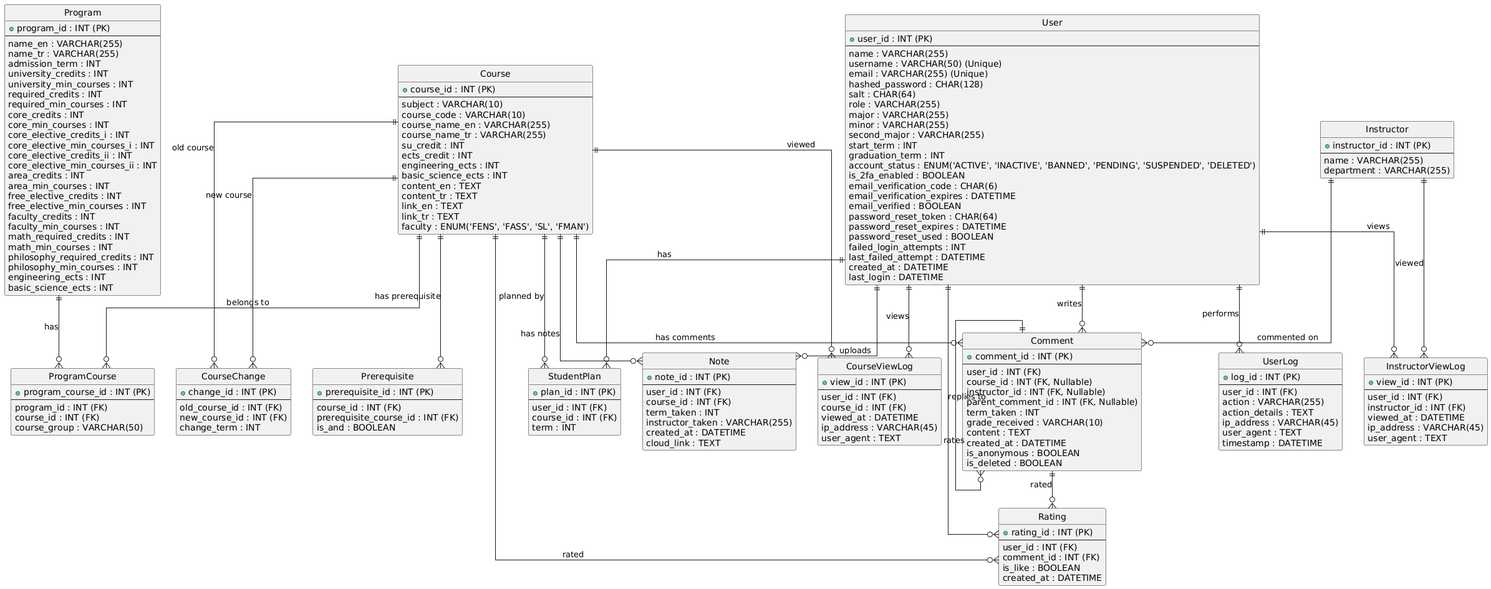
The PlantUML diagram tavSUye/develop/ER.png in erdemozcann/tavSUye, before a commit. Its diagram source:
```plantuml
@startuml
hide circle
skinparam linetype ortho

entity User {
    + user_id : INT (PK)
    --
    name : VARCHAR(255)
    username : VARCHAR(50) (Unique)
    email : VARCHAR(255) (Unique)
    hashed_password : CHAR(128)
    salt : CHAR(64)
    role : VARCHAR(255)
    major : VARCHAR(255)
    minor : VARCHAR(255)
    second_major : VARCHAR(255)
    start_term : INT
    graduation_term : INT
    account_status : ENUM('ACTIVE', 'INACTIVE', 'BANNED', 'PENDING', 'SUSPENDED', 'DELETED')
    is_2fa_enabled : BOOLEAN
    email_verification_code : CHAR(6)
    email_verification_expires : DATETIME
    email_verified : BOOLEAN
    password_reset_token : CHAR(64)
    password_reset_expires : DATETIME
    password_reset_used : BOOLEAN
    failed_login_attempts : INT
    last_failed_attempt : DATETIME
    created_at : DATETIME
    last_login : DATETIME
}

entity Program {
    + program_id : INT (PK)
    --
    name_en : VARCHAR(255)
    name_tr : VARCHAR(255)
    admission_term : INT
    university_credits : INT
    university_min_courses : INT
    required_credits : INT
    required_min_courses : INT
    core_credits : INT
    core_min_courses : INT
    core_elective_credits_i : INT
    core_elective_min_courses_i : INT
    core_elective_credits_ii : INT
    core_elective_min_courses_ii : INT
    area_credits : INT
    area_min_courses : INT
    free_elective_credits : INT
    free_elective_min_courses : INT
    faculty_credits : INT
    faculty_min_courses : INT
    math_required_credits : INT
    math_min_courses : INT
    philosophy_required_credits : INT
    philosophy_min_courses : INT
    engineering_ects : INT
    basic_science_ects : INT
}

entity Course {
    + course_id : INT (PK)
    --
    subject : VARCHAR(10)
    course_code : VARCHAR(10)
    course_name_en : VARCHAR(255)
    course_name_tr : VARCHAR(255)
    su_credit : INT
    ects_credit : INT
    engineering_ects : INT
    basic_science_ects : INT
    content_en : TEXT
    content_tr : TEXT
    link_en : TEXT
    link_tr : TEXT
    faculty : ENUM('FENS', 'FASS', 'SL', 'FMAN')
}

entity Instructor {
    + instructor_id : INT (PK)
    --
    name : VARCHAR(255)
    department : VARCHAR(255)
}

entity Prerequisite {
    + prerequisite_id : INT (PK)
    --
    course_id : INT (FK)
    prerequisite_course_id : INT (FK)
    is_and : BOOLEAN
}

entity ProgramCourse {
    + program_course_id : INT (PK)
    --
    program_id : INT (FK)
    course_id : INT (FK)
    course_group : VARCHAR(50)
}

entity StudentPlan {
    + plan_id : INT (PK)
    --
    user_id : INT (FK)
    course_id : INT (FK)
    term : INT
}

entity Comment {
    + comment_id : INT (PK)
    --
    user_id : INT (FK)
    course_id : INT (FK, Nullable)
    instructor_id : INT (FK, Nullable)
    parent_comment_id : INT (FK, Nullable)
    term_taken : INT
    grade_received : VARCHAR(10)
    content : TEXT
    created_at : DATETIME
    is_anonymous : BOOLEAN
    is_deleted : BOOLEAN
}

entity Rating {
    + rating_id : INT (PK)
    --
    user_id : INT (FK)
    comment_id : INT (FK)
    is_like : BOOLEAN
    created_at : DATETIME
}

entity Note {
    + note_id : INT (PK)
    --
    user_id : INT (FK)
    course_id : INT (FK)
    term_taken : INT
    instructor_taken : VARCHAR(255)
    created_at : DATETIME
    cloud_link : TEXT
}

entity CourseChange {
    + change_id : INT (PK)
    --
    old_course_id : INT (FK)
    new_course_id : INT (FK)
    change_term : INT
}

entity UserLog {
    + log_id : INT (PK)
    --
    user_id : INT (FK)
    action : VARCHAR(255)
    action_details : TEXT
    ip_address : VARCHAR(45)
    user_agent : TEXT
    timestamp : DATETIME
}

entity CourseViewLog {
    + view_id : INT (PK)
    --
    user_id : INT (FK)
    course_id : INT (FK)
    viewed_at : DATETIME
    ip_address : VARCHAR(45)
    user_agent : TEXT
}

entity InstructorViewLog {
    + view_id : INT (PK)
    --
    user_id : INT (FK)
    instructor_id : INT (FK)
    viewed_at : DATETIME
    ip_address : VARCHAR(45)
    user_agent : TEXT
}

User ||--o{ StudentPlan : has
User ||--o{ Comment : writes
User ||--o{ Rating : rates
User ||--o{ Note : uploads
User ||--o{ UserLog : performs
User ||--o{ CourseViewLog : views
User ||--o{ InstructorViewLog : views

Program ||--o{ ProgramCourse : has
Course ||--o{ ProgramCourse : belongs to
Course ||--o{ Prerequisite : has prerequisite
Course ||--o{ CourseChange : old course
Course ||--o{ CourseChange : new course

Course ||--o{ StudentPlan : planned by
Course ||--o{ Comment : has comments
Course ||--o{ Rating : rated
Course ||--o{ Note : has notes
Course ||--o{ CourseViewLog : viewed

Instructor ||--o{ Comment : commented on
Instructor ||--o{ InstructorViewLog : viewed

Comment ||--o{ Comment : replies to
Comment ||--o{ Rating : rated
@enduml
```
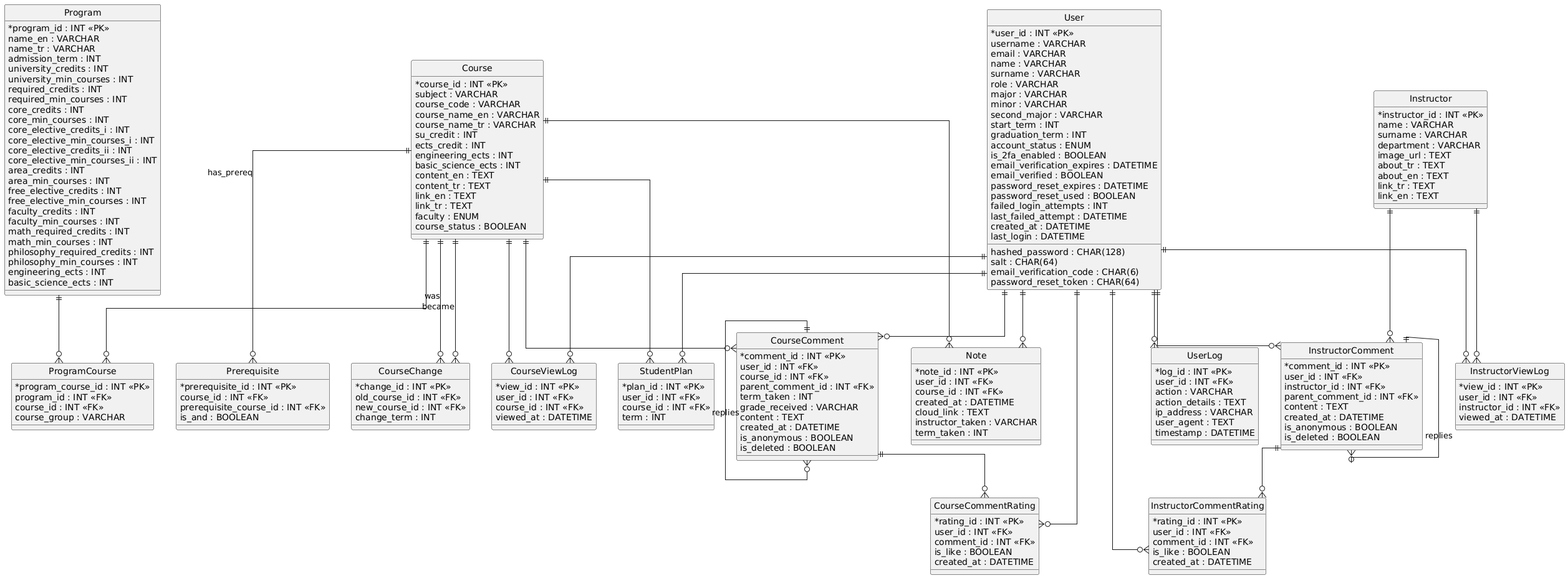
The same diagram one commit later.

What changed in the source:
```diff
@@ -1,211 +1,224 @@
 @startuml
 hide circle
 skinparam linetype ortho
+skinparam classAttributeIconSize 0
 
 entity User {
-    + user_id : INT (PK)
-    --
-    name : VARCHAR(255)
-    username : VARCHAR(50) (Unique)
-    email : VARCHAR(255) (Unique)
-    hashed_password : CHAR(128)
-    salt : CHAR(64)
-    role : VARCHAR(255)
-    major : VARCHAR(255)
-    minor : VARCHAR(255)
-    second_major : VARCHAR(255)
-    start_term : INT
-    graduation_term : INT
-    account_status : ENUM('ACTIVE', 'INACTIVE', 'BANNED', 'PENDING', 'SUSPENDED', 'DELETED')
-    is_2fa_enabled : BOOLEAN
-    email_verification_code : CHAR(6)
-    email_verification_expires : DATETIME
-    email_verified : BOOLEAN
-    password_reset_token : CHAR(64)
-    password_reset_expires : DATETIME
-    password_reset_used : BOOLEAN
-    failed_login_attempts : INT
-    last_failed_attempt : DATETIME
-    created_at : DATETIME
-    last_login : DATETIME
+  *user_id : INT <<PK>>
+  username : VARCHAR
+  email : VARCHAR
+  name : VARCHAR
+  surname : VARCHAR
+  hashed_password : CHAR(128)
+  salt : CHAR(64)
+  role : VARCHAR
+  major : VARCHAR
+  minor : VARCHAR
+  second_major : VARCHAR
+  start_term : INT
+  graduation_term : INT
+  account_status : ENUM
+  is_2fa_enabled : BOOLEAN
+  email_verification_code : CHAR(6)
+  email_verification_expires : DATETIME
+  email_verified : BOOLEAN
+  password_reset_token : CHAR(64)
+  password_reset_expires : DATETIME
+  password_reset_used : BOOLEAN
+  failed_login_attempts : INT
+  last_failed_attempt : DATETIME
+  created_at : DATETIME
+  last_login : DATETIME
+}
+
+entity Course {
+  *course_id : INT <<PK>>
+  subject : VARCHAR
+  course_code : VARCHAR
+  course_name_en : VARCHAR
+  course_name_tr : VARCHAR
+  su_credit : INT
+  ects_credit : INT
+  engineering_ects : INT
+  basic_science_ects : INT
+  content_en : TEXT
+  content_tr : TEXT
+  link_en : TEXT
+  link_tr : TEXT
+  faculty : ENUM
+  course_status : BOOLEAN
+}
+
+entity CourseComment {
+  *comment_id : INT <<PK>>
+  user_id : INT <<FK>>
+  course_id : INT <<FK>>
+  parent_comment_id : INT <<FK>>
+  term_taken : INT
+  grade_received : VARCHAR
+  content : TEXT
+  created_at : DATETIME
+  is_anonymous : BOOLEAN
+  is_deleted : BOOLEAN
+}
+
+entity CourseCommentRating {
+  *rating_id : INT <<PK>>
+  user_id : INT <<FK>>
+  comment_id : INT <<FK>>
+  is_like : BOOLEAN
+  created_at : DATETIME
+}
+
+entity Note {
+  *note_id : INT <<PK>>
+  user_id : INT <<FK>>
+  course_id : INT <<FK>>
+  created_at : DATETIME
+  cloud_link : TEXT
+  instructor_taken : VARCHAR
+  term_taken : INT
+}
+
+entity CourseViewLog {
+  *view_id : INT <<PK>>
+  user_id : INT <<FK>>
+  course_id : INT <<FK>>
+  viewed_at : DATETIME
+}
+
+entity Instructor {
+  *instructor_id : INT <<PK>>
+  name : VARCHAR
+  surname : VARCHAR
+  department : VARCHAR
+  image_url : TEXT
+  about_tr : TEXT
+  about_en : TEXT
+  link_tr : TEXT
+  link_en : TEXT
+}
+
+entity InstructorComment {
+  *comment_id : INT <<PK>>
+  user_id : INT <<FK>>
+  instructor_id : INT <<FK>>
+  parent_comment_id : INT <<FK>>
+  content : TEXT
+  created_at : DATETIME
+  is_anonymous : BOOLEAN
+  is_deleted : BOOLEAN
+}
+
+entity InstructorCommentRating {
+  *rating_id : INT <<PK>>
+  user_id : INT <<FK>>
+  comment_id : INT <<FK>>
+  is_like : BOOLEAN
+  created_at : DATETIME
+}
+
+entity InstructorViewLog {
+  *view_id : INT <<PK>>
+  user_id : INT <<FK>>
+  instructor_id : INT <<FK>>
+  viewed_at : DATETIME
+}
+
+entity UserLog {
+  *log_id : INT <<PK>>
+  user_id : INT <<FK>>
+  action : VARCHAR
+  action_details : TEXT
+  ip_address : VARCHAR
+  user_agent : TEXT
+  timestamp : DATETIME
 }
 
 entity Program {
-    + program_id : INT (PK)
-    --
-    name_en : VARCHAR(255)
-    name_tr : VARCHAR(255)
-    admission_term : INT
-    university_credits : INT
-    university_min_courses : INT
-    required_credits : INT
-    required_min_courses : INT
-    core_credits : INT
-    core_min_courses : INT
-    core_elective_credits_i : INT
-    core_elective_min_courses_i : INT
-    core_elective_credits_ii : INT
-    core_elective_min_courses_ii : INT
-    area_credits : INT
-    area_min_courses : INT
-    free_elective_credits : INT
-    free_elective_min_courses : INT
-    faculty_credits : INT
-    faculty_min_courses : INT
-    math_required_credits : INT
-    math_min_courses : INT
-    philosophy_required_credits : INT
-    philosophy_min_courses : INT
-    engineering_ects : INT
-    basic_science_ects : INT
+  *program_id : INT <<PK>>
+  name_en : VARCHAR
+  name_tr : VARCHAR
+  admission_term : INT
+  university_credits : INT
+  university_min_courses : INT
+  required_credits : INT
+  required_min_courses : INT
+  core_credits : INT
+  core_min_courses : INT
+  core_elective_credits_i : INT
+  core_elective_min_courses_i : INT
+  core_elective_credits_ii : INT
+  core_elective_min_courses_ii : INT
+  area_credits : INT
+  area_min_courses : INT
+  free_elective_credits : INT
+  free_elective_min_courses : INT
+  faculty_credits : INT
+  faculty_min_courses : INT
+  math_required_credits : INT
+  math_min_courses : INT
+  philosophy_required_credits : INT
+  philosophy_min_courses : INT
+  engineering_ects : INT
+  basic_science_ects : INT
 }
 
-entity Course {
-    + course_id : INT (PK)
-    --
-    subject : VARCHAR(10)
-    course_code : VARCHAR(10)
-    course_name_en : VARCHAR(255)
-    course_name_tr : VARCHAR(255)
-    su_credit : INT
-    ects_credit : INT
-    engineering_ects : INT
-    basic_science_ects : INT
-    content_en : TEXT
-    content_tr : TEXT
-    link_en : TEXT
-    link_tr : TEXT
-    faculty : ENUM('FENS', 'FASS', 'SL', 'FMAN')
-}
-
-entity Instructor {
-    + instructor_id : INT (PK)
-    --
-    name : VARCHAR(255)
-    department : VARCHAR(255)
+entity ProgramCourse {
+  *program_course_id : INT <<PK>>
+  program_id : INT <<FK>>
+  course_id : INT <<FK>>
+  course_group : VARCHAR
 }
 
 entity Prerequisite {
-    + prerequisite_id : INT (PK)
-    --
-    course_id : INT (FK)
-    prerequisite_course_id : INT (FK)
-    is_and : BOOLEAN
-}
-
-entity ProgramCourse {
-    + program_course_id : INT (PK)
-    --
-    program_id : INT (FK)
-    course_id : INT (FK)
-    course_group : VARCHAR(50)
+  *prerequisite_id : INT <<PK>>
+  course_id : INT <<FK>>
+  prerequisite_course_id : INT <<FK>>
+  is_and : BOOLEAN
 }
 
 entity StudentPlan {
-    + plan_id : INT (PK)
-    --
-    user_id : INT (FK)
-    course_id : INT (FK)
-    term : INT
-}
-
-entity Comment {
-    + comment_id : INT (PK)
-    --
-    user_id : INT (FK)
-    course_id : INT (FK, Nullable)
-    instructor_id : INT (FK, Nullable)
-    parent_comment_id : INT (FK, Nullable)
-    term_taken : INT
-    grade_received : VARCHAR(10)
-    content : TEXT
-    created_at : DATETIME
-    is_anonymous : BOOLEAN
-    is_deleted : BOOLEAN
-}
-
-entity Rating {
-    + rating_id : INT (PK)
-    --
-    user_id : INT (FK)
-    comment_id : INT (FK)
-    is_like : BOOLEAN
-    created_at : DATETIME
-}
-
-entity Note {
-    + note_id : INT (PK)
-    --
-    user_id : INT (FK)
-    course_id : INT (FK)
-    term_taken : INT
-    instructor_taken : VARCHAR(255)
-    created_at : DATETIME
-    cloud_link : TEXT
+  *plan_id : INT <<PK>>
+  user_id : INT <<FK>>
+  course_id : INT <<FK>>
+  term : INT
 }
 
 entity CourseChange {
-    + change_id : INT (PK)
-    --
-    old_course_id : INT (FK)
-    new_course_id : INT (FK)
-    change_term : INT
+  *change_id : INT <<PK>>
+  old_course_id : INT <<FK>>
+  new_course_id : INT <<FK>>
+  change_term : INT
 }
 
-entity UserLog {
-    + log_id : INT (PK)
-    --
-    user_id : INT (FK)
-    action : VARCHAR(255)
-    action_details : TEXT
-    ip_address : VARCHAR(45)
-    user_agent : TEXT
-    timestamp : DATETIME
-}
+User ||--o{ CourseComment
+User ||--o{ CourseCommentRating
+User ||--o{ Note
+User ||--o{ CourseViewLog
+User ||--o{ InstructorComment
+User ||--o{ InstructorCommentRating
+User ||--o{ InstructorViewLog
+User ||--o{ UserLog
+User ||--o{ StudentPlan
 
-entity CourseViewLog {
-    + view_id : INT (PK)
-    --
-    user_id : INT (FK)
-    course_id : INT (FK)
-    viewed_at : DATETIME
-    ip_address : VARCHAR(45)
-    user_agent : TEXT
-}
+Course ||--o{ CourseComment
+Course ||--o{ Note
+Course ||--o{ CourseViewLog
+Course ||--o{ ProgramCourse
+Course ||--o{ Prerequisite : has_prereq
+Course ||--o{ StudentPlan
+Course ||--o{ CourseChange : was
+Course ||--o{ CourseChange : became
 
-entity InstructorViewLog {
-    + view_id : INT (PK)
-    --
-    user_id : INT (FK)
-    instructor_id : INT (FK)
-    viewed_at : DATETIME
-    ip_address : VARCHAR(45)
-    user_agent : TEXT
-}
+CourseComment ||--o{ CourseCommentRating
+CourseComment ||--o{ CourseComment : replies
 
-User ||--o{ StudentPlan : has
-User ||--o{ Comment : writes
-User ||--o{ Rating : rates
-User ||--o{ Note : uploads
-User ||--o{ UserLog : performs
-User ||--o{ CourseViewLog : views
-User ||--o{ InstructorViewLog : views
+Instructor ||--o{ InstructorComment
+Instructor ||--o{ InstructorViewLog
 
-Program ||--o{ ProgramCourse : has
-Course ||--o{ ProgramCourse : belongs to
-Course ||--o{ Prerequisite : has prerequisite
-Course ||--o{ CourseChange : old course
-Course ||--o{ CourseChange : new course
+InstructorComment ||--o{ InstructorCommentRating
+InstructorComment ||--o{ InstructorComment : replies
 
-Course ||--o{ StudentPlan : planned by
-Course ||--o{ Comment : has comments
-Course ||--o{ Rating : rated
-Course ||--o{ Note : has notes
-Course ||--o{ CourseViewLog : viewed
-
-Instructor ||--o{ Comment : commented on
-Instructor ||--o{ InstructorViewLog : viewed
-
-Comment ||--o{ Comment : replies to
-Comment ||--o{ Rating : rated
+Program ||--o{ ProgramCourse
 @enduml
```
